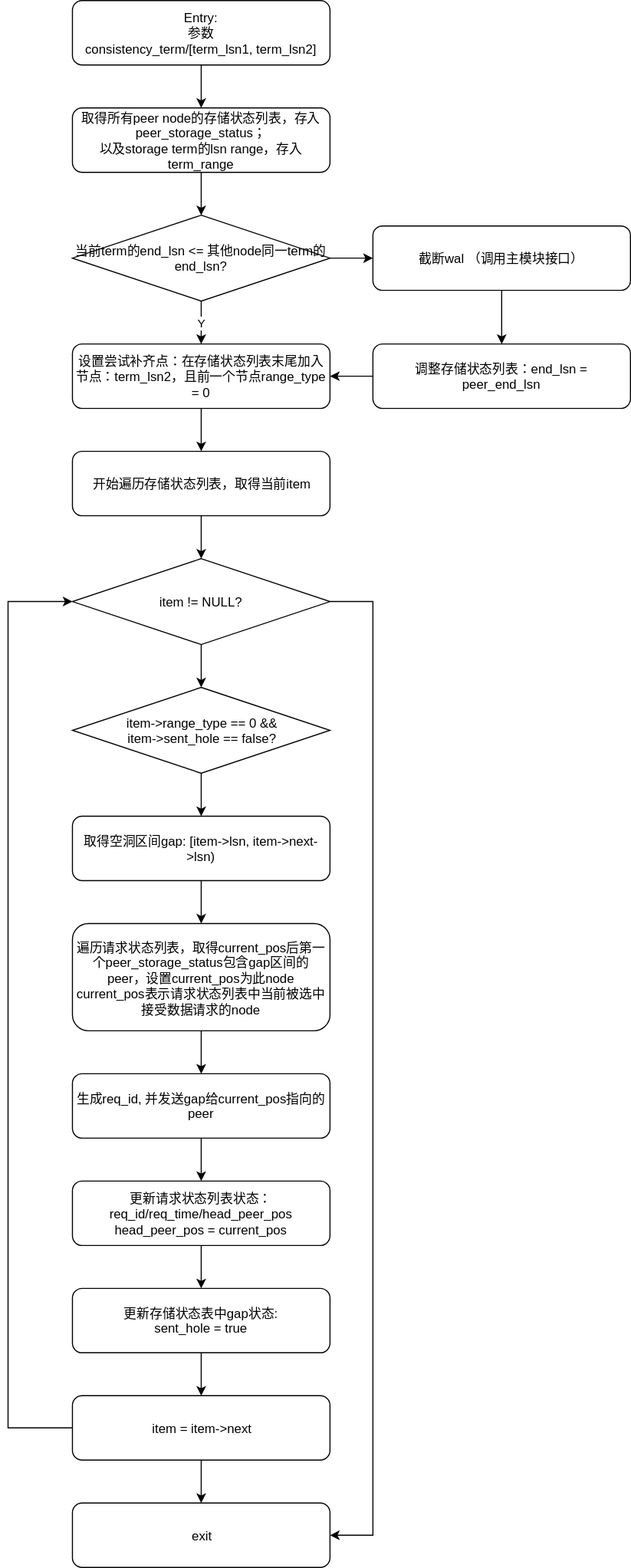
Before: attachments/1629428465960.drawio.svg, a diagram exported from draw.io (simbahebinbo/smallfat.github.io). Source tidied: cells renumbered, new cells last; positions are measured from the earlier drawing's top-left corner, leaving out a move shared by most shapes.
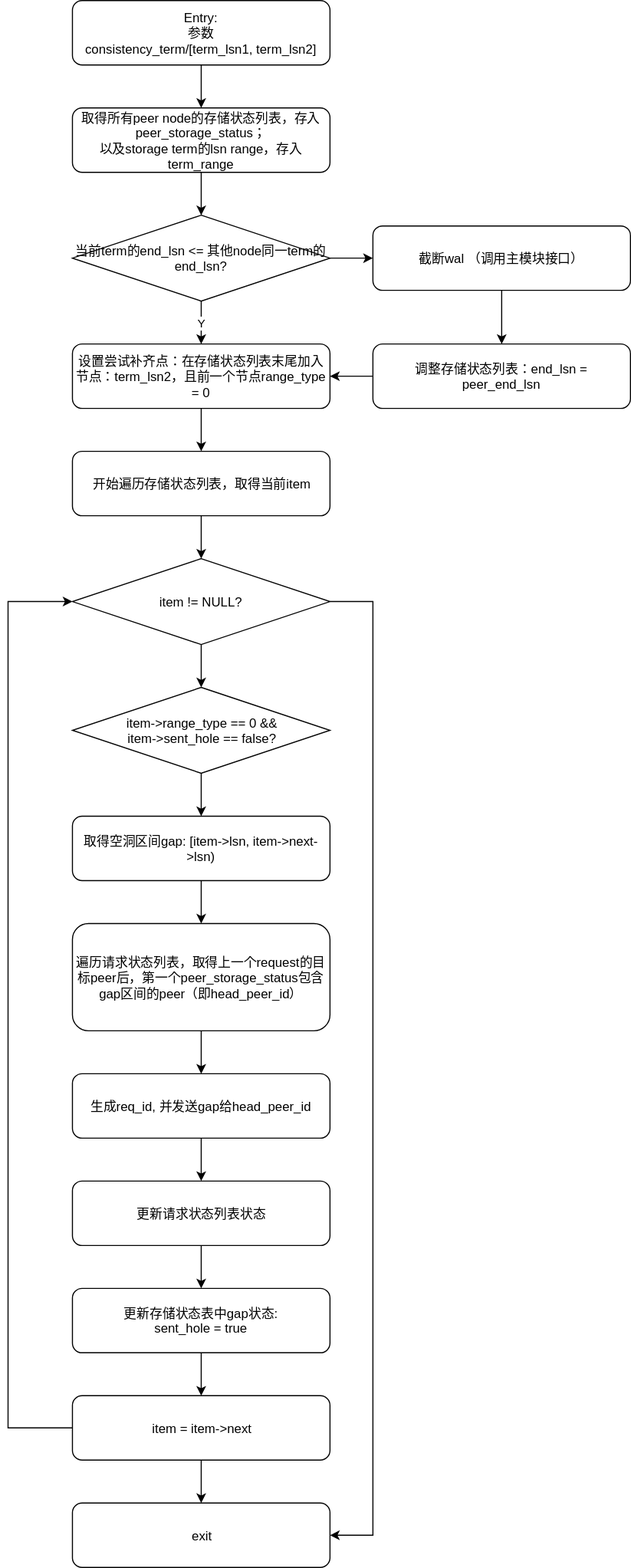
Above is the later version.

Commit message:
添加附件 : attachments/1629428465960.drawio.svg

What changed in the source:
```diff
@@ -29,7 +29,7 @@
     <mxCell id="10" style="edgeStyle=orthogonalEdgeStyle;rounded=0;jettySize=auto;html=1;" parent="1" edge="1" source="11" target="23">
       <mxGeometry relative="1" as="geometry" />
     </mxCell>
-    <mxCell id="11" value="更新请求状态列表状态：req_id/req_time/head_peer_pos&lt;br&gt;head_peer_pos = current_pos" style="rounded=1;whiteSpace=wrap;html=1;" parent="1" vertex="1">
+    <mxCell id="11" value="更新请求状态列表状态" style="rounded=1;whiteSpace=wrap;html=1;" parent="1" vertex="1">
       <mxGeometry x="60" y="1100" width="240" height="60" as="geometry" />
     </mxCell>
     <mxCell id="12" style="edgeStyle=orthogonalEdgeStyle;rounded=0;jettySize=auto;html=1;" parent="1" edge="1" source="14">
@@ -60,13 +60,13 @@
     <mxCell id="18" style="edgeStyle=orthogonalEdgeStyle;rounded=0;jettySize=auto;html=1;" parent="1" edge="1" source="19" target="21">
       <mxGeometry relative="1" as="geometry" />
     </mxCell>
-    <mxCell id="19" value="遍历请求状态列表，取得current_pos后第一个peer_storage_status包含gap区间的peer，设置current_pos为此node&lt;br&gt;current_pos表示请求状态列表中当前被选中接受数据请求的node" style="rounded=1;whiteSpace=wrap;html=1;" parent="1" vertex="1">
+    <mxCell id="19" value="遍历请求状态列表，取得上一个request的目标peer后，第一个peer_storage_status包含gap区间的peer（即head_peer_id）" style="rounded=1;whiteSpace=wrap;html=1;" parent="1" vertex="1">
       <mxGeometry x="60" y="860" width="240" height="100" as="geometry" />
     </mxCell>
     <mxCell id="20" style="edgeStyle=orthogonalEdgeStyle;rounded=0;jettySize=auto;html=1;" parent="1" edge="1" source="21" target="11">
       <mxGeometry relative="1" as="geometry" />
     </mxCell>
-    <mxCell id="21" value="生成req_id, 并发送gap给current_pos指向的peer" style="rounded=1;whiteSpace=wrap;html=1;" parent="1" vertex="1">
+    <mxCell id="21" value="生成req_id, 并发送gap给head_peer_id" style="rounded=1;whiteSpace=wrap;html=1;" parent="1" vertex="1">
       <mxGeometry x="60" y="1000" width="240" height="60" as="geometry" />
     </mxCell>
     <mxCell id="22" style="edgeStyle=orthogonalEdgeStyle;rounded=0;jettySize=auto;html=1;" parent="1" edge="1" source="23" target="16">
```
